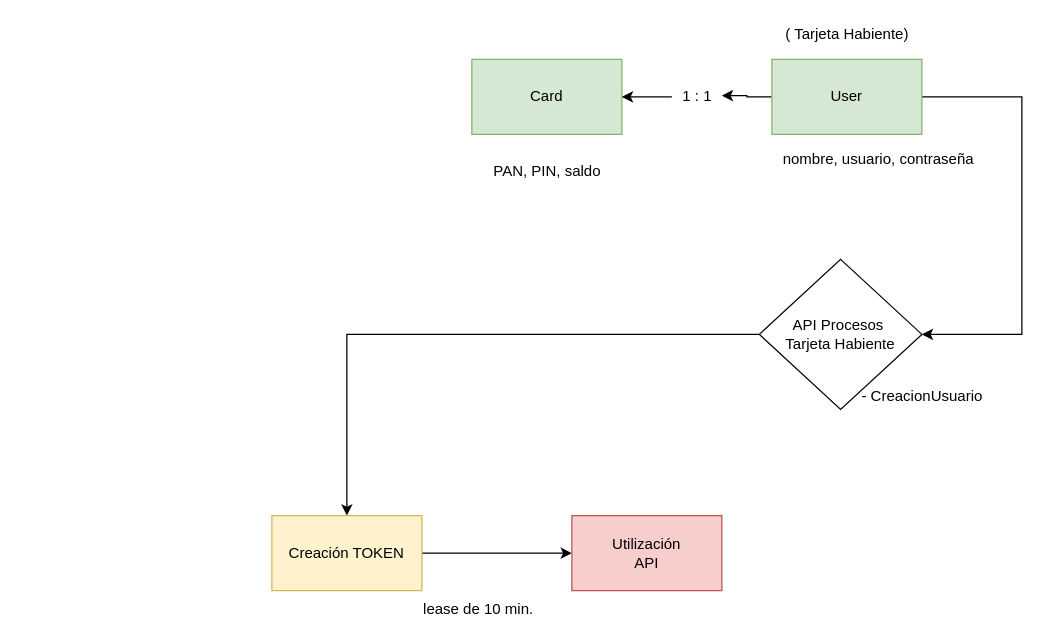
Above: UML.drawio in jp1988chill/testlisit (draw.io), before the change. Source tidied: cells renumbered, new cells numbered last; positions are measured from the earlier drawing's top-left corner, leaving out a move shared by most shapes. Both pictures are drawn from the tidied source at 125%, with x=0, y=0 at pixel (271, 21).
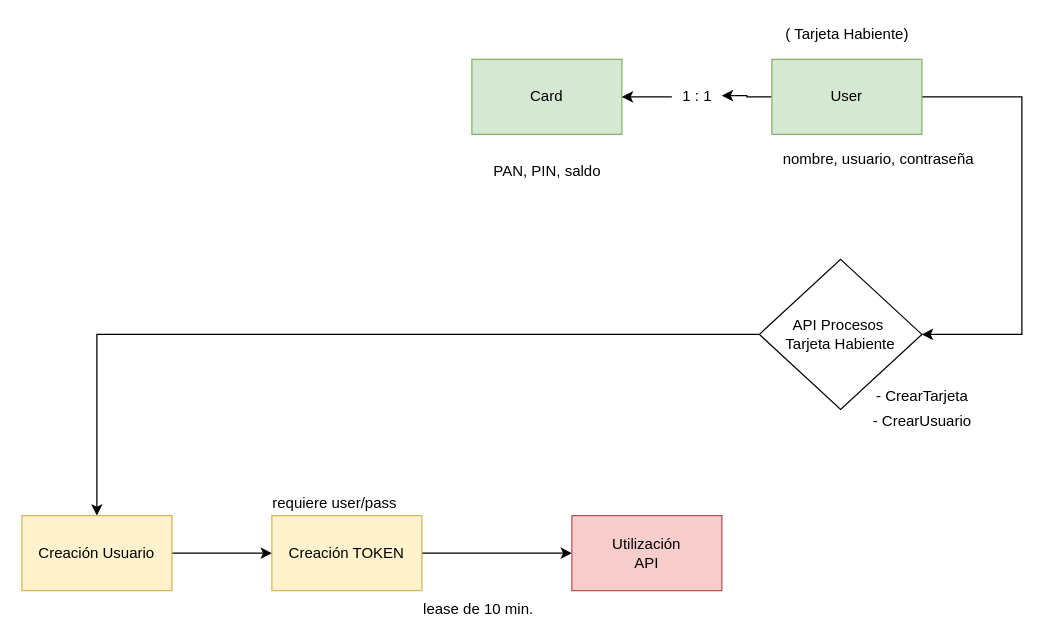
The same page after the edit.

Commit message (it also covers changes not shown here):
se agrega Microservicio: CrearUsuario

The change refers to these unchanged cells:
```xml
<mxCell id="12" value="API Procesos&amp;nbsp;&lt;br&gt;Tarjeta Habiente" style="rhombus;whiteSpace=wrap;html=1;" parent="1" vertex="1">
  <mxGeometry x="390" y="190" width="130" height="120" as="geometry" />
</mxCell>
<mxCell id="14" value="Creación TOKEN" style="rounded=0;whiteSpace=wrap;html=1;fillColor=#fff2cc;strokeColor=#d6b656;" parent="1" vertex="1">
  <mxGeometry y="395" width="120" height="60" as="geometry" />
</mxCell>
```

Diff of the diagram source:
```diff
@@
-    <mxCell id="11" style="edgeStyle=orthogonalEdgeStyle;rounded=0;jettySize=auto;html=1;exitX=0;exitY=0.5;exitDx=0;exitDy=0;entryX=0.5;entryY=0;entryDx=0;entryDy=0;" parent="1" edge="1" source="12" target="14">
+    <mxCell id="11" style="edgeStyle=orthogonalEdgeStyle;rounded=0;jettySize=auto;html=1;exitX=0;exitY=0.5;exitDx=0;exitDy=0;entryX=0.5;entryY=0;entryDx=0;entryDy=0;" parent="1" edge="1" source="12" target="20">
       <mxGeometry relative="1" as="geometry" />
     </mxCell>
@@
-    <mxCell id="17" value="- CreacionUsuario" style="text;html=1;align=center;verticalAlign=middle;strokeColor=none;fillColor=none;" parent="1" vertex="1">
-      <mxGeometry x="460" y="290" width="120" height="20" as="geometry" />
+    <mxCell id="17" value="- CrearTarjeta" style="text;html=1;align=center;verticalAlign=middle;strokeColor=none;fillColor=none;" parent="1" vertex="1">
+      <mxGeometry x="475" y="290" width="90" height="20" as="geometry" />
     </mxCell>
+    <mxCell id="18" value="- CrearUsuario" style="text;html=1;align=center;verticalAlign=middle;strokeColor=none;fillColor=none;" parent="1" vertex="1">
+      <mxGeometry x="470" y="310" width="100" height="20" as="geometry" />
+    </mxCell>
+    <mxCell id="19" style="edgeStyle=orthogonalEdgeStyle;rounded=0;jettySize=auto;html=1;exitX=1;exitY=0.5;exitDx=0;exitDy=0;entryX=0;entryY=0.5;entryDx=0;entryDy=0;" parent="1" edge="1" source="20" target="14">
+      <mxGeometry relative="1" as="geometry" />
+    </mxCell>
+    <mxCell id="20" value="Creación Usuario" style="rounded=0;whiteSpace=wrap;html=1;fillColor=#fff2cc;strokeColor=#d6b656;" parent="1" vertex="1">
+      <mxGeometry x="-200" y="395" width="120" height="60" as="geometry" />
+    </mxCell>
+    <mxCell id="21" value="requiere user/pass" style="text;html=1;align=center;verticalAlign=middle;strokeColor=none;fillColor=none;" parent="1" vertex="1">
+      <mxGeometry x="-10" y="375" width="120" height="20" as="geometry" />
+    </mxCell>
```
